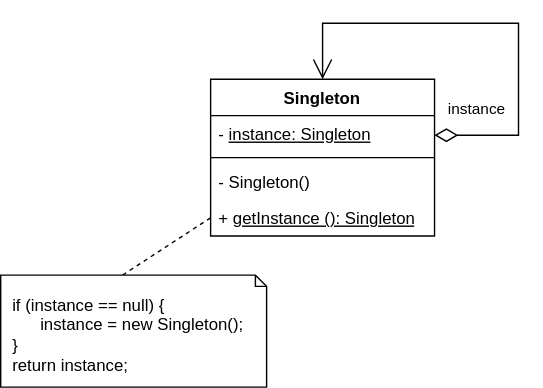
Before: assets/images/singleton.svg, a diagram exported from draw.io (arashethis/design-pattern). Source tidied: cells renumbered, new cells last; positions are measured from the earlier drawing's top-left corner, leaving out a move shared by most shapes.
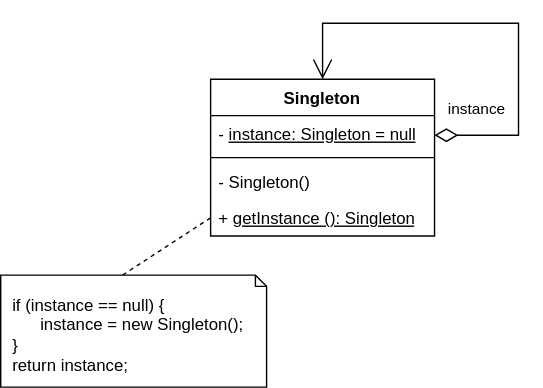
The same file after the commit.

Change to the diagram source:
```diff
@@ -5,7 +5,7 @@
     <mxCell id="2" value="Singleton" style="swimlane;fontStyle=1;align=center;verticalAlign=top;horizontal=1;startSize=26;whiteSpace=wrap;html=1;" parent="1" vertex="1">
       <mxGeometry x="150" y="40" width="160" height="112" as="geometry" />
     </mxCell>
-    <mxCell id="3" value="- &lt;u&gt;instance: Singleton&lt;/u&gt;" style="text;strokeColor=none;fillColor=none;align=left;verticalAlign=top;spacingLeft=4;spacingRight=4;overflow=hidden;whiteSpace=wrap;html=1;" parent="2" vertex="1">
+    <mxCell id="3" value="- &lt;u&gt;instance: Singleton = null&lt;/u&gt;" style="text;strokeColor=none;fillColor=none;align=left;verticalAlign=top;spacingLeft=4;spacingRight=4;overflow=hidden;whiteSpace=wrap;html=1;" parent="2" vertex="1">
       <mxGeometry y="26" width="160" height="26" as="geometry" />
     </mxCell>
     <mxCell id="4" style="line;strokeWidth=1;fillColor=none;align=left;verticalAlign=middle;spacingTop=-1;spacingLeft=3;spacingRight=3;labelPosition=right;strokeColor=inherit;" parent="2" vertex="1">
```
